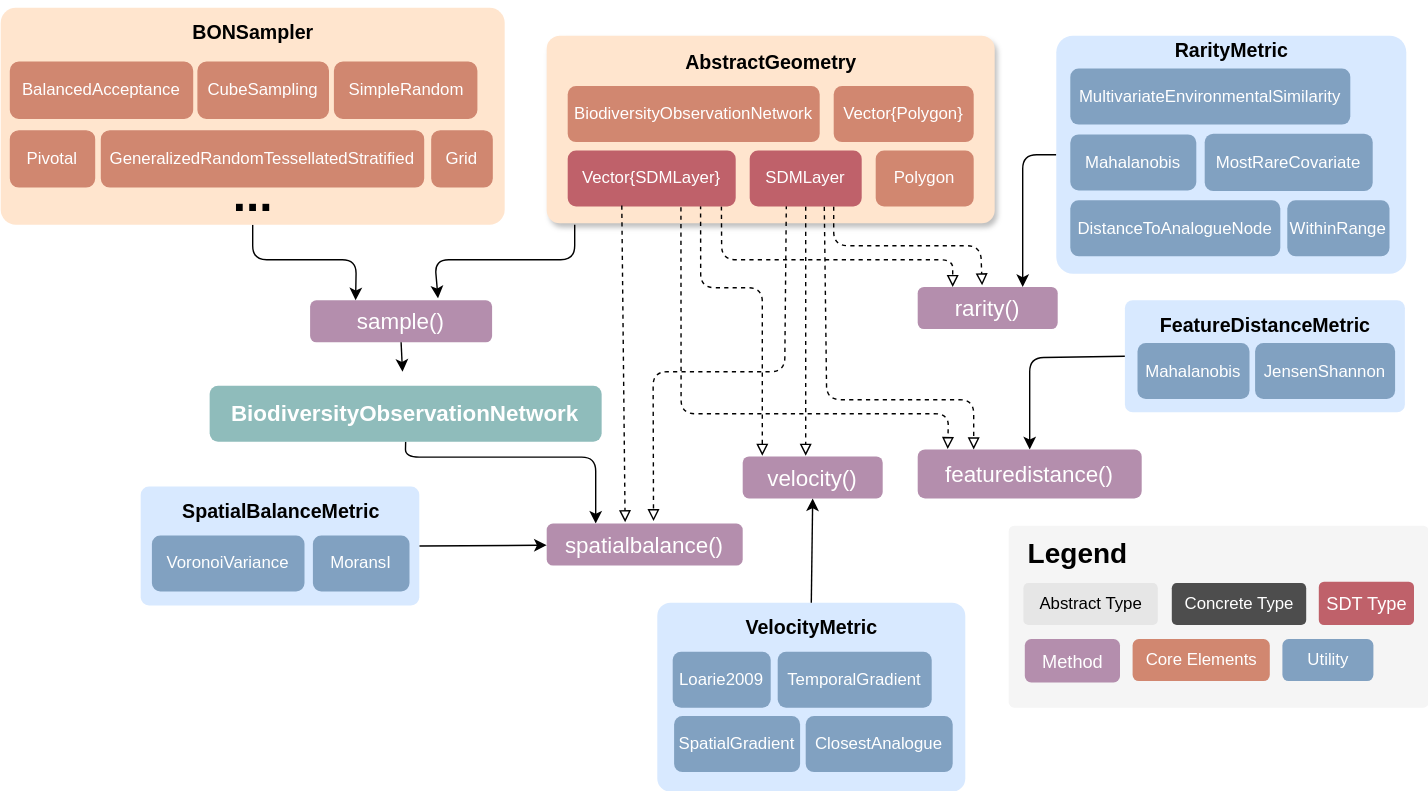
Before: docs/src/assets/structure.drawio.svg, a diagram exported from draw.io (PoisotLab/BiodiversityObservationNetworks.jl). Source tidied: cells renumbered, new cells last; positions are measured from the earlier drawing's top-left corner, leaving out a move shared by most shapes.
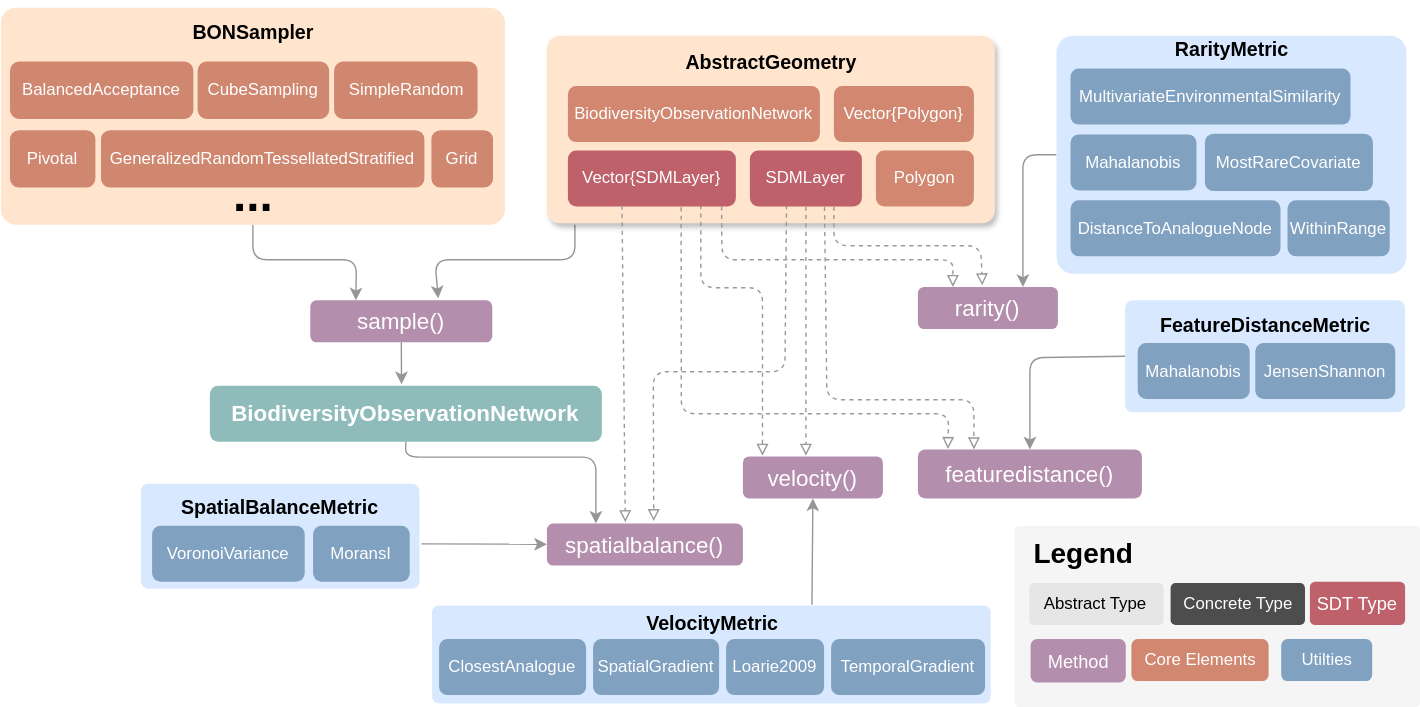
Above is the later version.

Change to the diagram source:
```diff
@@ -2,7 +2,7 @@
   <root>
     <mxCell id="0" />
     <mxCell id="1" parent="0" />
-    <mxCell id="2" style="edgeStyle=none;html=1;exitX=0;exitY=0.5;exitDx=0;exitDy=0;entryX=0.5;entryY=0;entryDx=0;entryDy=0;" parent="1" edge="1" source="3" target="59">
+    <mxCell id="2" style="edgeStyle=none;html=1;exitX=0;exitY=0.5;exitDx=0;exitDy=0;entryX=0.5;entryY=0;entryDx=0;entryDy=0;strokeColor=light-dark(#969696, #ededed);" parent="1" edge="1" source="3" target="59">
       <mxGeometry relative="1" as="geometry">
         <Array as="points">
           <mxPoint x="735" y="255" />
@@ -15,7 +15,7 @@
     <mxCell id="4" value="&lt;font style=&quot;font-size: 14px;&quot;&gt;FeatureDistanceMetric&lt;/font&gt;" style="text;strokeColor=none;fillColor=none;html=1;fontSize=24;fontStyle=1;verticalAlign=middle;align=center;" parent="1" vertex="1">
       <mxGeometry x="820.5" y="219.2" width="165" height="19.5" as="geometry" />
     </mxCell>
-    <mxCell id="5" style="edgeStyle=none;html=1;exitX=0.5;exitY=1;exitDx=0;exitDy=0;entryX=0.25;entryY=0;entryDx=0;entryDy=0;" parent="1" edge="1" source="6" target="27">
+    <mxCell id="5" style="edgeStyle=none;html=1;exitX=0.5;exitY=1;exitDx=0;exitDy=0;entryX=0.25;entryY=0;entryDx=0;entryDy=0;strokeColor=light-dark(#969696, #ededed);" parent="1" edge="1" source="6" target="27">
       <mxGeometry relative="1" as="geometry">
         <Array as="points">
           <mxPoint x="289" y="326" />
@@ -29,7 +29,7 @@
     <mxCell id="7" value="&lt;font style=&quot;font-size: 16px; color: rgb(255, 255, 255);&quot;&gt;sample()&lt;/font&gt;" style="rounded=1;whiteSpace=wrap;html=1;fillColor=#B48EAD;strokeColor=none;fontStyle=0;fontFamily=Helvetica;fontColor=#FFFFFF;" parent="1" vertex="1">
       <mxGeometry x="221" y="214" width="130" height="30" as="geometry" />
     </mxCell>
-    <mxCell id="8" style="edgeStyle=none;html=1;entryX=0.703;entryY=-0.047;entryDx=0;entryDy=0;entryPerimeter=0;" parent="1" edge="1" target="7">
+    <mxCell id="8" style="edgeStyle=none;html=1;entryX=0.703;entryY=-0.047;entryDx=0;entryDy=0;entryPerimeter=0;strokeColor=light-dark(#969696, #ededed);" parent="1" edge="1" target="7">
       <mxGeometry relative="1" as="geometry">
         <mxPoint x="410" y="160" as="sourcePoint" />
         <Array as="points">
@@ -47,12 +47,12 @@
     <mxCell id="11" value="BiodiversityObservationNetwork" style="rounded=1;whiteSpace=wrap;html=1;fillColor=light-dark(#d18770, #718769);strokeColor=none;fontColor=#ffffff;" parent="1" vertex="1">
       <mxGeometry x="405" y="61" width="180" height="40" as="geometry" />
     </mxCell>
-    <mxCell id="12" style="edgeStyle=none;html=1;exitX=0.5;exitY=1;exitDx=0;exitDy=0;dashed=1;strokeWidth=1;endArrow=block;endFill=0;" parent="1" edge="1" source="15">
+    <mxCell id="12" style="edgeStyle=none;html=1;exitX=0.5;exitY=1;exitDx=0;exitDy=0;dashed=1;strokeWidth=1;endArrow=block;endFill=0;strokeColor=#999999;" parent="1" edge="1" source="15">
       <mxGeometry relative="1" as="geometry">
         <mxPoint x="575" y="325" as="targetPoint" />
       </mxGeometry>
     </mxCell>
-    <mxCell id="13" style="edgeStyle=none;html=1;exitX=0.75;exitY=1;exitDx=0;exitDy=0;entryX=0.46;entryY=-0.04;entryDx=0;entryDy=0;endArrow=block;endFill=0;dashed=1;entryPerimeter=0;" parent="1" edge="1" source="15" target="25">
+    <mxCell id="13" style="edgeStyle=none;html=1;exitX=0.75;exitY=1;exitDx=0;exitDy=0;entryX=0.46;entryY=-0.04;entryDx=0;entryDy=0;endArrow=block;endFill=0;dashed=1;entryPerimeter=0;strokeColor=#999999;" parent="1" edge="1" source="15" target="25">
       <mxGeometry relative="1" as="geometry">
         <Array as="points">
           <mxPoint x="595" y="175" />
@@ -60,7 +60,7 @@
         </Array>
       </mxGeometry>
     </mxCell>
-    <mxCell id="14" style="edgeStyle=none;html=1;exitX=0.327;exitY=0.973;exitDx=0;exitDy=0;endArrow=block;endFill=0;entryX=0.545;entryY=-0.059;entryDx=0;entryDy=0;dashed=1;exitPerimeter=0;entryPerimeter=0;" parent="1" edge="1" source="15" target="27">
+    <mxCell id="14" style="edgeStyle=none;html=1;exitX=0.327;exitY=0.973;exitDx=0;exitDy=0;endArrow=block;endFill=0;entryX=0.545;entryY=-0.059;entryDx=0;entryDy=0;dashed=1;exitPerimeter=0;entryPerimeter=0;strokeColor=#999999;" parent="1" edge="1" source="15" target="27">
       <mxGeometry relative="1" as="geometry">
         <Array as="points">
           <mxPoint x="560" y="265" />
@@ -74,7 +74,7 @@
     <mxCell id="16" value="Polygon" style="rounded=1;whiteSpace=wrap;html=1;fillColor=light-dark(#d18770, #718769);strokeColor=none;fontColor=#ffffff;" parent="1" vertex="1">
       <mxGeometry x="625" y="107" width="70" height="40" as="geometry" />
     </mxCell>
-    <mxCell id="17" style="edgeStyle=none;html=1;exitX=0.915;exitY=0.998;exitDx=0;exitDy=0;entryX=0.25;entryY=0;entryDx=0;entryDy=0;endArrow=block;endFill=0;dashed=1;exitPerimeter=0;" parent="1" edge="1" source="19" target="25">
+    <mxCell id="17" style="edgeStyle=none;html=1;exitX=0.915;exitY=0.998;exitDx=0;exitDy=0;entryX=0.25;entryY=0;entryDx=0;entryDy=0;endArrow=block;endFill=0;dashed=1;exitPerimeter=0;strokeColor=#999999;" parent="1" edge="1" source="19" target="25">
       <mxGeometry relative="1" as="geometry">
         <Array as="points">
           <mxPoint x="515" y="185" />
@@ -82,7 +82,7 @@
         </Array>
       </mxGeometry>
     </mxCell>
-    <mxCell id="18" style="edgeStyle=none;html=1;exitX=0.791;exitY=0.973;exitDx=0;exitDy=0;entryX=0.25;entryY=0;entryDx=0;entryDy=0;dashed=1;strokeWidth=1;endArrow=block;endFill=0;exitPerimeter=0;" parent="1" edge="1" source="19">
+    <mxCell id="18" style="edgeStyle=none;html=1;exitX=0.791;exitY=0.973;exitDx=0;exitDy=0;entryX=0.25;entryY=0;entryDx=0;entryDy=0;dashed=1;strokeWidth=1;endArrow=block;endFill=0;exitPerimeter=0;strokeColor=#999999;" parent="1" edge="1" source="19">
       <mxGeometry relative="1" as="geometry">
         <mxPoint x="544" y="325" as="targetPoint" />
         <Array as="points">
@@ -102,7 +102,7 @@
         <mxPoint x="560" y="235" as="targetPoint" />
       </mxGeometry>
     </mxCell>
-    <mxCell id="22" style="edgeStyle=none;html=1;exitX=0.5;exitY=1;exitDx=0;exitDy=0;entryX=0.25;entryY=0;entryDx=0;entryDy=0;" parent="1" edge="1" source="23" target="7">
+    <mxCell id="22" style="edgeStyle=none;html=1;exitX=0.5;exitY=1;exitDx=0;exitDy=0;entryX=0.25;entryY=0;entryDx=0;entryDy=0;strokeColor=light-dark(#969696, #ededed);" parent="1" edge="1" source="23" target="7">
       <mxGeometry relative="1" as="geometry">
         <Array as="points">
           <mxPoint x="180" y="185" />
@@ -146,40 +146,40 @@
     <mxCell id="34" value="&lt;font&gt;...&lt;/font&gt;" style="text;strokeColor=none;fillColor=none;html=1;fontSize=34;fontStyle=1;verticalAlign=middle;align=center;" parent="1" vertex="1">
       <mxGeometry x="130" y="119" width="100" height="40" as="geometry" />
     </mxCell>
-    <mxCell id="35" style="edgeStyle=none;html=1;exitX=0.5;exitY=1;exitDx=0;exitDy=0;entryX=0.492;entryY=-0.25;entryDx=0;entryDy=0;entryPerimeter=0;" parent="1" edge="1" source="7" target="6">
+    <mxCell id="35" style="edgeStyle=none;html=1;exitX=0.5;exitY=1;exitDx=0;exitDy=0;entryX=0.489;entryY=-0.027;entryDx=0;entryDy=0;entryPerimeter=0;strokeColor=light-dark(#969696, #ededed);" parent="1" edge="1" source="7" target="6">
       <mxGeometry relative="1" as="geometry" />
     </mxCell>
-    <mxCell id="36" style="edgeStyle=none;html=1;exitX=1;exitY=0.5;exitDx=0;exitDy=0;" parent="1" edge="1" source="37" target="27">
+    <mxCell id="36" style="edgeStyle=none;html=1;exitX=1.007;exitY=0.573;exitDx=0;exitDy=0;strokeColor=light-dark(#969696, #ededed);exitPerimeter=0;" parent="1" edge="1" source="37" target="27">
       <mxGeometry relative="1" as="geometry" />
     </mxCell>
     <mxCell id="37" style="rounded=1;whiteSpace=wrap;html=1;fillColor=#D8E9FF;strokeColor=none;arcSize=7;" parent="1" vertex="1">
-      <mxGeometry x="100" y="347" width="199" height="85" as="geometry" />
+      <mxGeometry x="100" y="345" width="199" height="75" as="geometry" />
     </mxCell>
     <mxCell id="38" value="&lt;font style=&quot;font-size: 14px;&quot;&gt;SpatialBalanceMetric&lt;/font&gt;" style="text;strokeColor=none;fillColor=none;html=1;fontSize=24;fontStyle=1;verticalAlign=middle;align=center;" parent="1" vertex="1">
-      <mxGeometry x="121.5" y="353" width="156" height="17" as="geometry" />
+      <mxGeometry x="121.5" y="350" width="156" height="17" as="geometry" />
     </mxCell>
     <mxCell id="39" value="MoransI" style="rounded=1;whiteSpace=wrap;html=1;fillColor=#81A1C1;strokeColor=none;fontColor=#ffffff;" parent="1" vertex="1">
-      <mxGeometry x="223" y="382" width="69" height="40" as="geometry" />
+      <mxGeometry x="223" y="375" width="69" height="40" as="geometry" />
     </mxCell>
     <mxCell id="40" value="VoronoiVariance" style="rounded=1;whiteSpace=wrap;html=1;fillColor=#81A1C1;strokeColor=none;fontColor=#ffffff;" parent="1" vertex="1">
-      <mxGeometry x="108" y="382" width="109" height="40" as="geometry" />
+      <mxGeometry x="108" y="375" width="109" height="40" as="geometry" />
     </mxCell>
     <mxCell id="41" style="rounded=1;whiteSpace=wrap;html=1;fillColor=#D8E9FF;strokeColor=none;arcSize=7;" parent="1" vertex="1">
-      <mxGeometry x="469" y="430" width="220" height="135" as="geometry" />
+      <mxGeometry x="308" y="432" width="399" height="70" as="geometry" />
     </mxCell>
-    <mxCell id="42" style="edgeStyle=none;html=1;entryX=0.5;entryY=1;entryDx=0;entryDy=0;exitX=0.5;exitY=0;exitDx=0;exitDy=0;" parent="1" edge="1" source="41" target="26">
+    <mxCell id="42" style="edgeStyle=none;html=1;entryX=0.5;entryY=1;entryDx=0;entryDy=0;exitX=0.68;exitY=-0.008;exitDx=0;exitDy=0;strokeColor=light-dark(#969696, #ededed);exitPerimeter=0;" parent="1" edge="1" source="41" target="26">
       <mxGeometry relative="1" as="geometry" />
     </mxCell>
     <mxCell id="43" value="&lt;font style=&quot;font-size: 14px;&quot;&gt;VelocityMetric&lt;/font&gt;" style="text;strokeColor=none;fillColor=none;html=1;fontSize=24;fontStyle=1;verticalAlign=middle;align=center;" parent="1" vertex="1">
-      <mxGeometry x="529" y="435" width="100" height="20" as="geometry" />
+      <mxGeometry x="457.5" y="432" width="100" height="20" as="geometry" />
     </mxCell>
     <mxCell id="44" value="Loarie2009" style="rounded=1;whiteSpace=wrap;html=1;fillColor=#81A1C1;strokeColor=none;fontColor=#ffffff;" parent="1" vertex="1">
-      <mxGeometry x="480" y="465" width="70" height="40" as="geometry" />
+      <mxGeometry x="518" y="456" width="70" height="40" as="geometry" />
     </mxCell>
     <mxCell id="45" value="ClosestAnalogue" style="rounded=1;whiteSpace=wrap;html=1;fillColor=#81A1C1;strokeColor=none;fontColor=#ffffff;" parent="1" vertex="1">
-      <mxGeometry x="575" y="511" width="105" height="40" as="geometry" />
+      <mxGeometry x="313" y="456" width="105" height="40" as="geometry" />
     </mxCell>
-    <mxCell id="46" style="edgeStyle=none;html=1;exitX=0;exitY=0.5;exitDx=0;exitDy=0;entryX=0.75;entryY=0;entryDx=0;entryDy=0;" parent="1" edge="1" source="47" target="25">
+    <mxCell id="46" style="edgeStyle=none;html=1;exitX=0;exitY=0.5;exitDx=0;exitDy=0;entryX=0.75;entryY=0;entryDx=0;entryDy=0;strokeColor=light-dark(#969696, #ededed);" parent="1" edge="1" source="47" target="25">
       <mxGeometry relative="1" as="geometry">
         <Array as="points">
           <mxPoint x="730" y="110" />
@@ -208,16 +208,16 @@
       <mxGeometry x="860" y="95" width="120" height="41" as="geometry" />
     </mxCell>
     <mxCell id="54" value="SpatialGradient" style="rounded=1;whiteSpace=wrap;html=1;fillColor=#81A1C1;strokeColor=none;fontColor=#ffffff;" parent="1" vertex="1">
-      <mxGeometry x="481" y="511" width="90" height="40" as="geometry" />
+      <mxGeometry x="423" y="456" width="90" height="40" as="geometry" />
     </mxCell>
     <mxCell id="55" value="TemporalGradient" style="rounded=1;whiteSpace=wrap;html=1;fillColor=#81A1C1;strokeColor=none;fontColor=#ffffff;" parent="1" vertex="1">
-      <mxGeometry x="555" y="465" width="110" height="40" as="geometry" />
+      <mxGeometry x="593" y="456" width="110" height="40" as="geometry" />
     </mxCell>
     <mxCell id="56" value="Mahalanobis" style="rounded=1;whiteSpace=wrap;html=1;fillColor=light-dark(#81a1c1, #718769);strokeColor=none;fontColor=#ffffff;" parent="1" vertex="1">
       <mxGeometry x="812" y="244.5" width="80" height="40" as="geometry" />
     </mxCell>
     <mxCell id="57" style="rounded=1;whiteSpace=wrap;html=1;fillColor=#f5f5f5;strokeColor=none;arcSize=3;fontColor=#333333;" parent="1" vertex="1">
-      <mxGeometry x="720" y="375" width="300" height="130" as="geometry" />
+      <mxGeometry x="724" y="375" width="290" height="130" as="geometry" />
     </mxCell>
     <mxCell id="58" value="Mahalanobis" style="rounded=1;whiteSpace=wrap;html=1;fillColor=light-dark(#81a1c1, #718769);strokeColor=none;fontColor=#ffffff;" parent="1" vertex="1">
       <mxGeometry x="764" y="95.5" width="90" height="40" as="geometry" />
@@ -225,12 +225,12 @@
     <mxCell id="59" value="&lt;font style=&quot;font-size: 16px; color: rgb(255, 255, 255);&quot;&gt;featuredistance()&lt;/font&gt;" style="rounded=1;whiteSpace=wrap;html=1;fillColor=#B48EAD;strokeColor=none;fontStyle=0;fontFamily=Helvetica;fontColor=#FFFFFF;" parent="1" vertex="1">
       <mxGeometry x="655" y="320.5" width="160" height="35" as="geometry" />
     </mxCell>
-    <mxCell id="60" style="edgeStyle=none;html=1;exitX=0.322;exitY=0.981;exitDx=0;exitDy=0;entryX=0.393;entryY=-0.033;entryDx=0;entryDy=0;entryPerimeter=0;endArrow=block;endFill=0;dashed=1;exitPerimeter=0;" parent="1" edge="1" source="19">
+    <mxCell id="60" style="edgeStyle=none;html=1;exitX=0.322;exitY=0.981;exitDx=0;exitDy=0;entryX=0.393;entryY=-0.033;entryDx=0;entryDy=0;entryPerimeter=0;endArrow=block;endFill=0;dashed=1;exitPerimeter=0;strokeColor=#999999;" parent="1" edge="1" source="19">
       <mxGeometry relative="1" as="geometry">
         <mxPoint x="446" y="372.5" as="targetPoint" />
       </mxGeometry>
     </mxCell>
-    <mxCell id="61" style="edgeStyle=none;html=1;exitX=0.666;exitY=1.006;exitDx=0;exitDy=0;dashed=1;strokeWidth=1;endArrow=block;endFill=0;exitPerimeter=0;entryX=0.25;entryY=0;entryDx=0;entryDy=0;" parent="1" edge="1" source="15" target="59">
+    <mxCell id="61" style="edgeStyle=none;html=1;exitX=0.666;exitY=1.006;exitDx=0;exitDy=0;dashed=1;strokeWidth=1;endArrow=block;endFill=0;exitPerimeter=0;entryX=0.25;entryY=0;entryDx=0;entryDy=0;strokeColor=#999999;" parent="1" edge="1" source="15" target="59">
       <mxGeometry relative="1" as="geometry">
         <Array as="points">
           <mxPoint x="590" y="285" />
@@ -238,7 +238,7 @@
         </Array>
       </mxGeometry>
     </mxCell>
-    <mxCell id="62" style="edgeStyle=none;html=1;exitX=0.674;exitY=1.013;exitDx=0;exitDy=0;entryX=0.134;entryY=-0.008;entryDx=0;entryDy=0;endArrow=block;endFill=0;dashed=1;exitPerimeter=0;entryPerimeter=0;" parent="1" edge="1" source="19" target="59">
+    <mxCell id="62" style="edgeStyle=none;html=1;exitX=0.674;exitY=1.013;exitDx=0;exitDy=0;entryX=0.134;entryY=-0.008;entryDx=0;entryDy=0;endArrow=block;endFill=0;dashed=1;exitPerimeter=0;entryPerimeter=0;strokeColor=#999999;" parent="1" edge="1" source="19" target="59">
       <mxGeometry relative="1" as="geometry">
         <Array as="points">
           <mxPoint x="486" y="295" />
@@ -247,25 +247,25 @@
       </mxGeometry>
     </mxCell>
     <mxCell id="63" value="Abstract Type" style="rounded=1;whiteSpace=wrap;html=1;arcSize=12;fillColor=#E6E6E6;strokeColor=none;glass=0;" parent="1" vertex="1">
-      <mxGeometry x="730.5" y="416" width="96" height="30" as="geometry" />
+      <mxGeometry x="734.5" y="416" width="96" height="30" as="geometry" />
     </mxCell>
     <mxCell id="64" value="&lt;font style=&quot;color: rgb(255, 255, 255);&quot;&gt;Concrete Type&lt;/font&gt;" style="rounded=1;whiteSpace=wrap;html=1;arcSize=12;fillColor=#4D4D4D;strokeColor=none;fontColor=#000000;glass=0;" parent="1" vertex="1">
-      <mxGeometry x="836.5" y="416" width="96" height="30" as="geometry" />
+      <mxGeometry x="835.5" y="416" width="96" height="30" as="geometry" />
     </mxCell>
     <mxCell id="65" value="&lt;font style=&quot;font-size: 13px; color: rgb(255, 255, 255);&quot;&gt;Method&lt;/font&gt;" style="rounded=1;whiteSpace=wrap;html=1;fillColor=light-dark(#b48ead, #103c3f);strokeColor=none;fontStyle=0;fontFamily=Helvetica;" parent="1" vertex="1">
-      <mxGeometry x="731.5" y="456" width="68" height="31" as="geometry" />
+      <mxGeometry x="735.5" y="456" width="68" height="31" as="geometry" />
     </mxCell>
     <mxCell id="66" value="&lt;span style=&quot;font-size: 13px;&quot;&gt;&lt;font style=&quot;color: rgb(255, 255, 255);&quot; face=&quot;Helvetica&quot;&gt;SDT Type&lt;/font&gt;&lt;/span&gt;" style="rounded=1;whiteSpace=wrap;html=1;fillColor=#BF616A;strokeColor=none;fontStyle=0;fontFamily=Iosevka;fontColor=#ffffff;glass=0;arcSize=12;" parent="1" vertex="1">
-      <mxGeometry x="941.5" y="415" width="68" height="31" as="geometry" />
+      <mxGeometry x="935" y="415" width="68" height="31" as="geometry" />
     </mxCell>
     <mxCell id="67" value="Core Elements" style="rounded=1;whiteSpace=wrap;html=1;fillColor=light-dark(#d18770, #718769);strokeColor=none;fontColor=#ffffff;" parent="1" vertex="1">
-      <mxGeometry x="808.5" y="456" width="98" height="30" as="geometry" />
+      <mxGeometry x="807.5" y="456" width="98" height="30" as="geometry" />
     </mxCell>
-    <mxCell id="68" value="Utility" style="rounded=1;whiteSpace=wrap;html=1;fillColor=light-dark(#81a1c1, #718769);strokeColor=none;fontColor=#ffffff;" parent="1" vertex="1">
-      <mxGeometry x="915.5" y="456" width="65" height="30" as="geometry" />
+    <mxCell id="68" value="Utilties" style="rounded=1;whiteSpace=wrap;html=1;fillColor=light-dark(#81a1c1, #718769);strokeColor=none;fontColor=#ffffff;" parent="1" vertex="1">
+      <mxGeometry x="914.5" y="456" width="65" height="30" as="geometry" />
     </mxCell>
     <mxCell id="69" value="&lt;font&gt;Legend&lt;/font&gt;" style="text;strokeColor=none;fillColor=none;html=1;fontSize=20;fontStyle=1;verticalAlign=middle;align=left;" parent="1" vertex="1">
-      <mxGeometry x="731.5" y="384" width="165" height="19.5" as="geometry" />
+      <mxGeometry x="735.5" y="384" width="165" height="19.5" as="geometry" />
     </mxCell>
   </root>
 </mxGraphModel>
```
